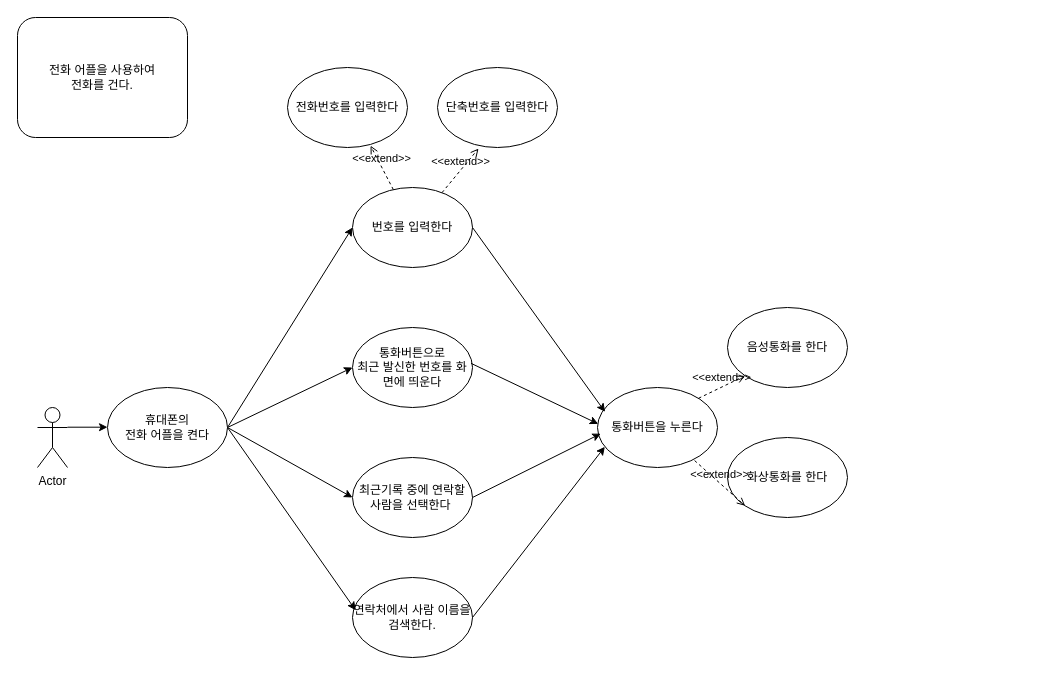
This is 0816 애플리케이션 유스케이스.drawio from doit0/usecase-diagram, a draw.io file, before an edit. Source tidied: cells renumbered, new cells numbered last; positions are measured from the earlier drawing's top-left corner, leaving out a move shared by most shapes. Both pictures are drawn from the tidied source at 100%, with x=0, y=0 at pixel (17, 17).
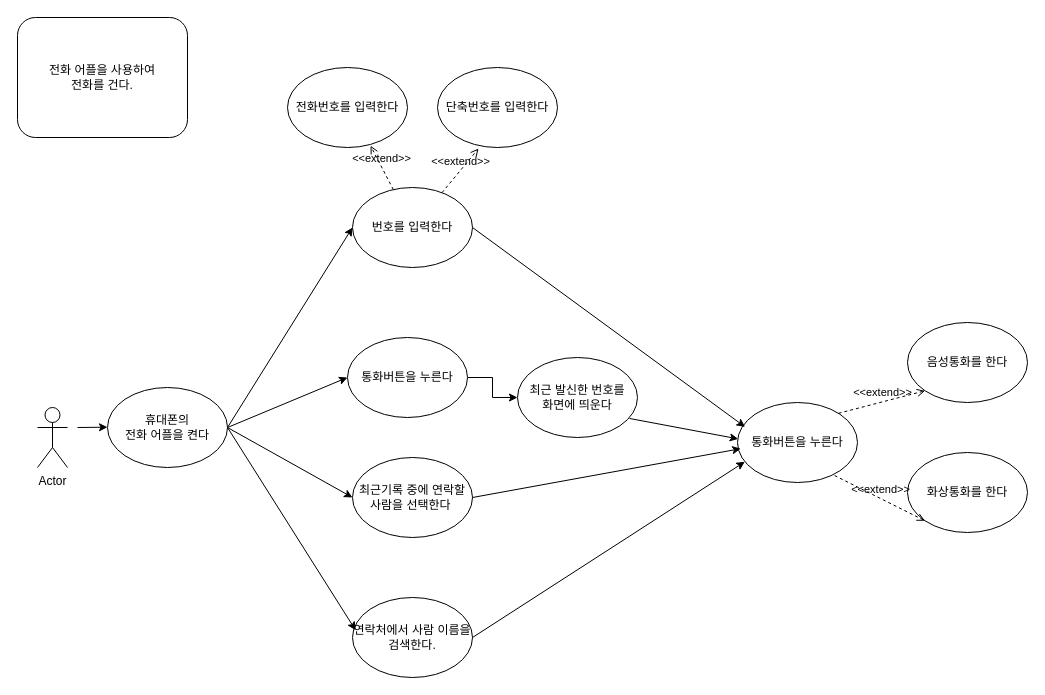
After the change.

Commit message:
0816 애플리케이션 유스케이스.drawio 업데이트

What changed in the source:
```diff
@@
+    <mxCell id="27" style="edgeStyle=orthogonalEdgeStyle;rounded=0;jettySize=auto;html=1;" parent="1" edge="1" source="4" target="28">
+      <mxGeometry relative="1" as="geometry" />
+    </mxCell>
-    <mxCell id="4" value="통화버튼으로&lt;br&gt;최근 발신한 번호를 화면에 띄운다" style="ellipse;whiteSpace=wrap;html=1;" parent="1" vertex="1">
-      <mxGeometry x="335" y="310" width="120" height="80" as="geometry" />
+    <mxCell id="4" value="통화버튼을 누른다" style="ellipse;whiteSpace=wrap;html=1;" parent="1" vertex="1">
+      <mxGeometry x="330" y="320" width="120" height="80" as="geometry" />
     </mxCell>
@@
     <mxCell id="11" style="endArrow=classic;html=1;rounded=0;" parent="1" edge="1">
       <mxGeometry relative="1" as="geometry">
-        <mxPoint x="50" y="409.7" as="sourcePoint" />
+        <mxPoint x="60" y="410" as="sourcePoint" />
         <mxPoint x="90" y="409.7" as="targetPoint" />
       </mxGeometry>
     </mxCell>
@@
     <mxCell id="14" value="연락처에서 사람 이름을 검색한다." style="ellipse;whiteSpace=wrap;html=1;" parent="1" vertex="1">
-      <mxGeometry x="335" y="560" width="120" height="80" as="geometry" />
+      <mxGeometry x="335" y="580" width="120" height="80" as="geometry" />
     </mxCell>
@@
     <mxCell id="16" value="통화버튼을 누른다" style="ellipse;whiteSpace=wrap;html=1;" parent="1" vertex="1">
-      <mxGeometry x="580" y="370" width="120" height="80" as="geometry" />
+      <mxGeometry x="720" y="385" width="120" height="80" as="geometry" />
     </mxCell>
@@
-    <mxCell id="18" style="endArrow=classic;html=1;rounded=0;entryX=0.006;entryY=0.455;entryDx=0;entryDy=0;entryPerimeter=0;exitX=0.988;exitY=0.448;exitDx=0;exitDy=0;exitPerimeter=0;" parent="1" edge="1" source="4" target="16">
+    <mxCell id="18" style="endArrow=classic;html=1;rounded=0;entryX=0.006;entryY=0.455;entryDx=0;entryDy=0;entryPerimeter=0;exitX=0.933;exitY=0.762;exitDx=0;exitDy=0;exitPerimeter=0;" parent="1" edge="1" source="28" target="16">
       <mxGeometry relative="1" as="geometry" />
     </mxCell>
@@
     <mxCell id="21" value="음성통화를 한다" style="ellipse;whiteSpace=wrap;html=1;" parent="1" vertex="1">
-      <mxGeometry x="710" y="290" width="120" height="80" as="geometry" />
+      <mxGeometry x="890" y="305" width="120" height="80" as="geometry" />
     </mxCell>
     <mxCell id="22" value="화상통화를 한다" style="ellipse;whiteSpace=wrap;html=1;" parent="1" vertex="1">
-      <mxGeometry x="710" y="420" width="120" height="80" as="geometry" />
+      <mxGeometry x="890" y="435" width="120" height="80" as="geometry" />
     </mxCell>
@@
+    <mxCell id="28" value="최근 발신한 번호를 &lt;br&gt;화면에 띄운다" style="ellipse;whiteSpace=wrap;html=1;" parent="1" vertex="1">
+      <mxGeometry x="500" y="340" width="120" height="80" as="geometry" />
+    </mxCell>
```
